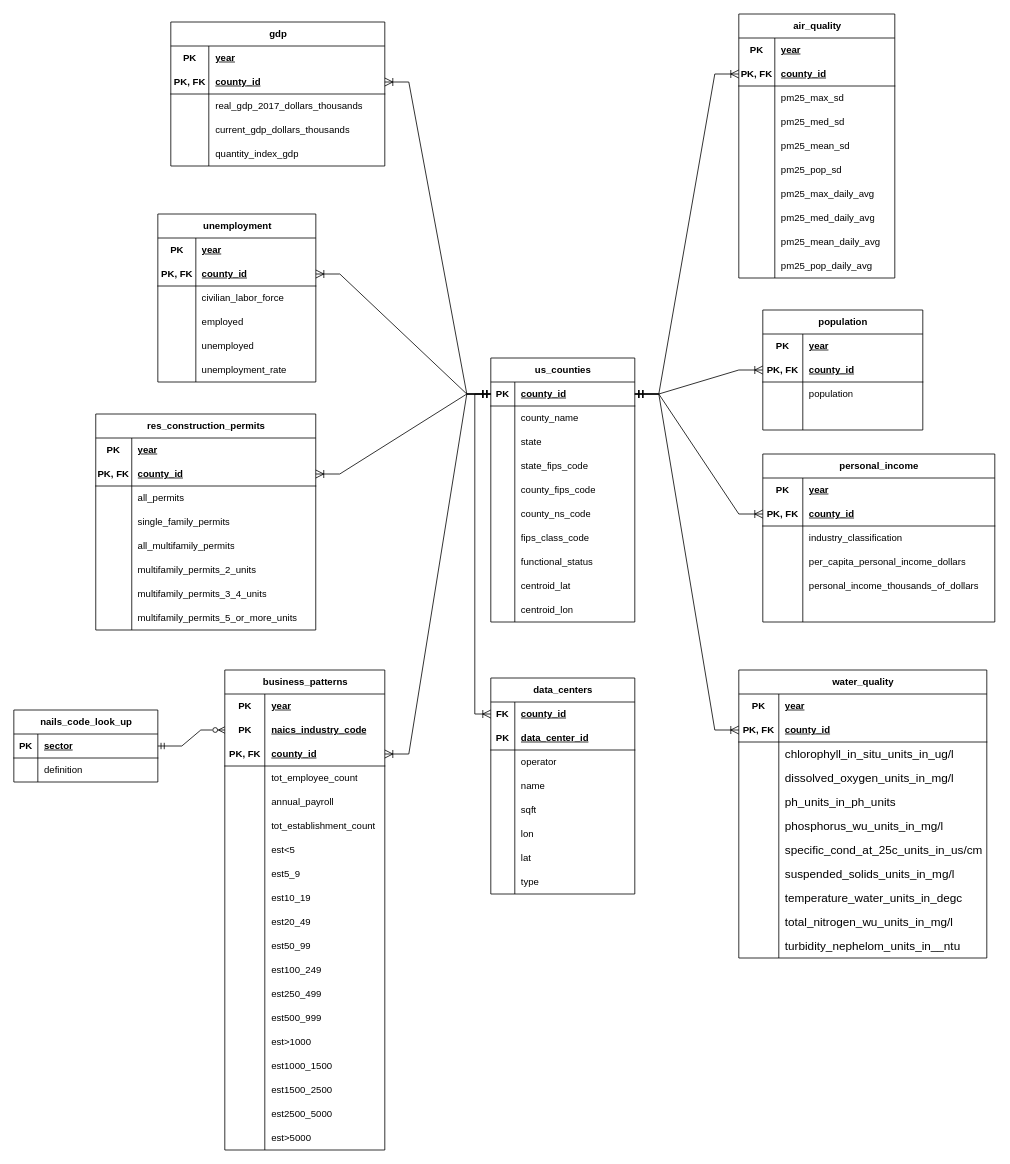
Earlier version of the draw.io diagram db_documentation/capstone_db_erd.drawio (LoganRosell/local-economic-impact-of-data-centers-workbook). Source tidied: cells renumbered, new cells numbered last; positions are measured from the earlier drawing's top-left corner, leaving out a move shared by most shapes. Both pictures are drawn from the tidied source at 80%, with x=0, y=0 at pixel (14, 14).
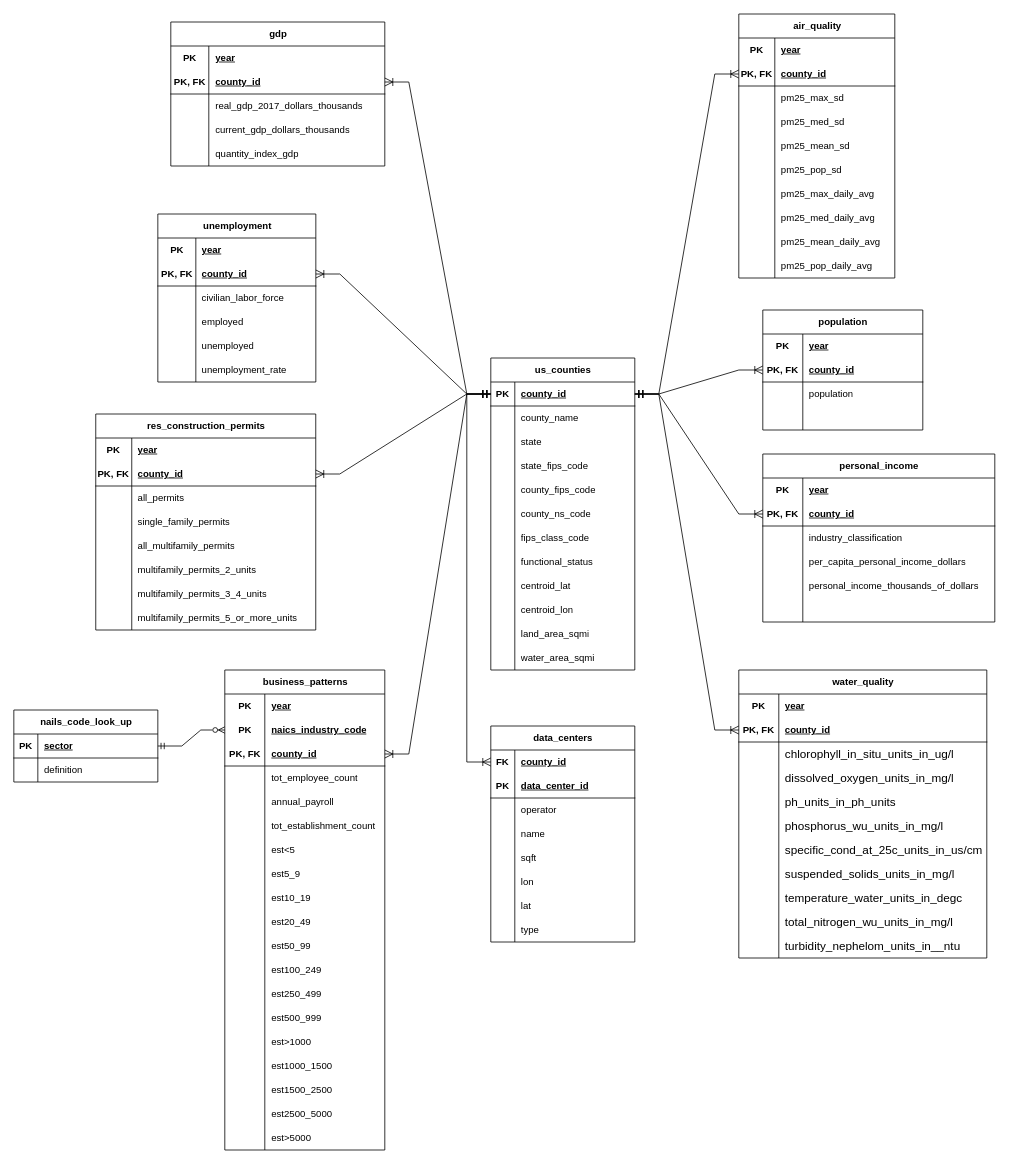
Above is the later version.

Commit message (it also covers changes not shown here):
feat: Add land and water sqmi values to us_counties table

I added the data source link to the raw_data_srouces.txt file, updated the db ERD to reflect the two new fields in the us_counties table, and modified the county_codes_cleaning_script.qmd file to load the new data into the sql table.

Unchanged cells that the change refers to:
```xml
<mxCell id="3" style="shape=tableRow;horizontal=0;startSize=0;swimlaneHead=0;swimlaneBody=0;fillColor=none;points=[[0,0.5],[1,0.5]];portConstraint=eastwest;top=0;left=0;right=0;bottom=1;" parent="2" vertex="1">
  <mxGeometry y="30" width="180" height="30" as="geometry" />
</mxCell>
<mxCell id="198" style="shape=tableRow;horizontal=0;startSize=0;swimlaneHead=0;swimlaneBody=0;fillColor=none;points=[[0,0.5],[1,0.5]];portConstraint=eastwest;top=0;left=0;right=0;bottom=0;" parent="197" vertex="1">
  <mxGeometry y="30" width="180" height="30" as="geometry" />
</mxCell>
```

Diff of the diagram source:
```diff
@@
     <mxCell id="2" value="us_counties" style="shape=table;startSize=30;childLayout=tableLayout;rowLines=0;fontStyle=1;align=center;html=1;" parent="1" vertex="1">
-      <mxGeometry x="596" y="430" width="180" height="330" as="geometry" />
+      <mxGeometry x="596" y="430" width="180" height="390" as="geometry" />
     </mxCell>
@@
+    <mxCell id="290" style="shape=tableRow;horizontal=0;startSize=0;swimlaneHead=0;swimlaneBody=0;fillColor=none;top=0;left=0;right=0;bottom=0;" parent="2" vertex="1">
+      <mxGeometry y="330" width="180" height="30" as="geometry" />
+    </mxCell>
+    <mxCell id="291" style="shape=partialRectangle;fillColor=none;top=0;left=0;bottom=0;right=0;overflow=hidden;whiteSpace=wrap;html=1;" parent="290" vertex="1">
+      <mxGeometry width="30" height="30" as="geometry" />
+    </mxCell>
+    <mxCell id="292" value="land_area_sqmi" style="shape=partialRectangle;fillColor=none;top=0;left=0;bottom=0;right=0;align=left;spacingLeft=6;overflow=hidden;whiteSpace=wrap;html=1;" parent="290" vertex="1">
+      <mxGeometry x="30" width="150" height="30" as="geometry" />
+    </mxCell>
+    <mxCell id="293" style="shape=tableRow;horizontal=0;startSize=0;swimlaneHead=0;swimlaneBody=0;fillColor=none;top=0;left=0;right=0;bottom=0;" parent="2" vertex="1">
+      <mxGeometry y="360" width="180" height="30" as="geometry" />
+    </mxCell>
+    <mxCell id="294" style="shape=partialRectangle;fillColor=none;top=0;left=0;bottom=0;right=0;overflow=hidden;whiteSpace=wrap;html=1;" parent="293" vertex="1">
+      <mxGeometry width="30" height="30" as="geometry" />
+    </mxCell>
+    <mxCell id="295" value="water_area_sqmi" style="shape=partialRectangle;fillColor=none;top=0;left=0;bottom=0;right=0;align=left;spacingLeft=6;overflow=hidden;whiteSpace=wrap;html=1;" parent="293" vertex="1">
+      <mxGeometry x="30" width="150" height="30" as="geometry" />
+    </mxCell>
@@
     <mxCell id="197" value="data_centers" style="shape=table;startSize=30;childLayout=tableLayout;rowLines=0;fontStyle=1;align=center;html=1;" parent="1" vertex="1">
-      <mxGeometry x="596" y="830" width="180" height="270" as="geometry" />
+      <mxGeometry x="596" y="890" width="180" height="270" as="geometry" />
     </mxCell>
@@
     <mxCell id="222" style="edgeStyle=orthogonalEdgeStyle;fontSize=12;html=1;endArrow=ERoneToMany;startArrow=ERmandOne;rounded=0;startSize=8;endSize=8;exitX=0;exitY=0.5;exitDx=0;exitDy=0;entryX=0;entryY=0.5;entryDx=0;entryDy=0;curved=0;" parent="1" edge="1" source="3" target="198">
       <mxGeometry relative="1" as="geometry">
         <Array as="points">
-          <mxPoint x="576" y="475" />
-          <mxPoint x="576" y="875" />
+          <mxPoint x="566" y="475" />
+          <mxPoint x="566" y="935" />
         </Array>
       </mxGeometry>
     </mxCell>
```
